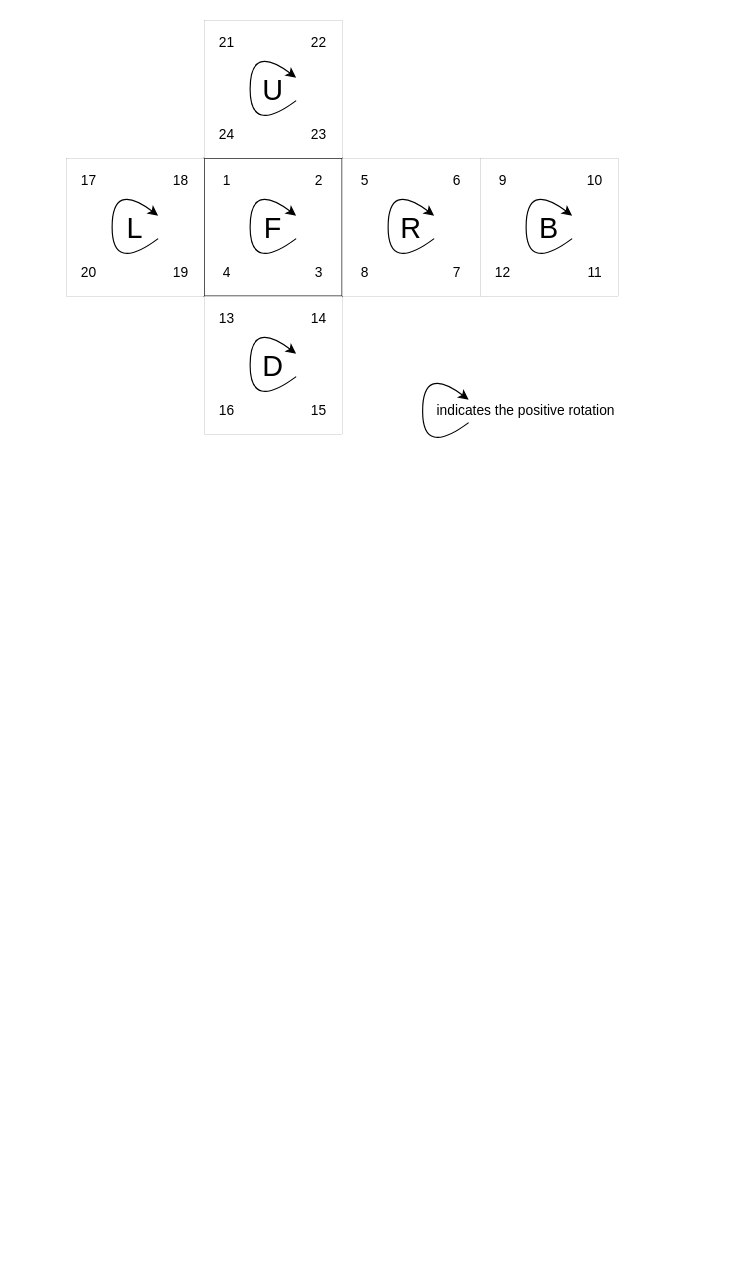
This is resources/numbering__2x2.drawio from evernost/rubiksCubeAnalysis, a draw.io file, before an edit. Source tidied: cells renumbered, new cells numbered last; positions are measured from the earlier drawing's top-left corner, leaving out a move shared by most shapes. Both pictures are drawn from the tidied source at 115%, with x=0, y=0 at pixel (66, 20).
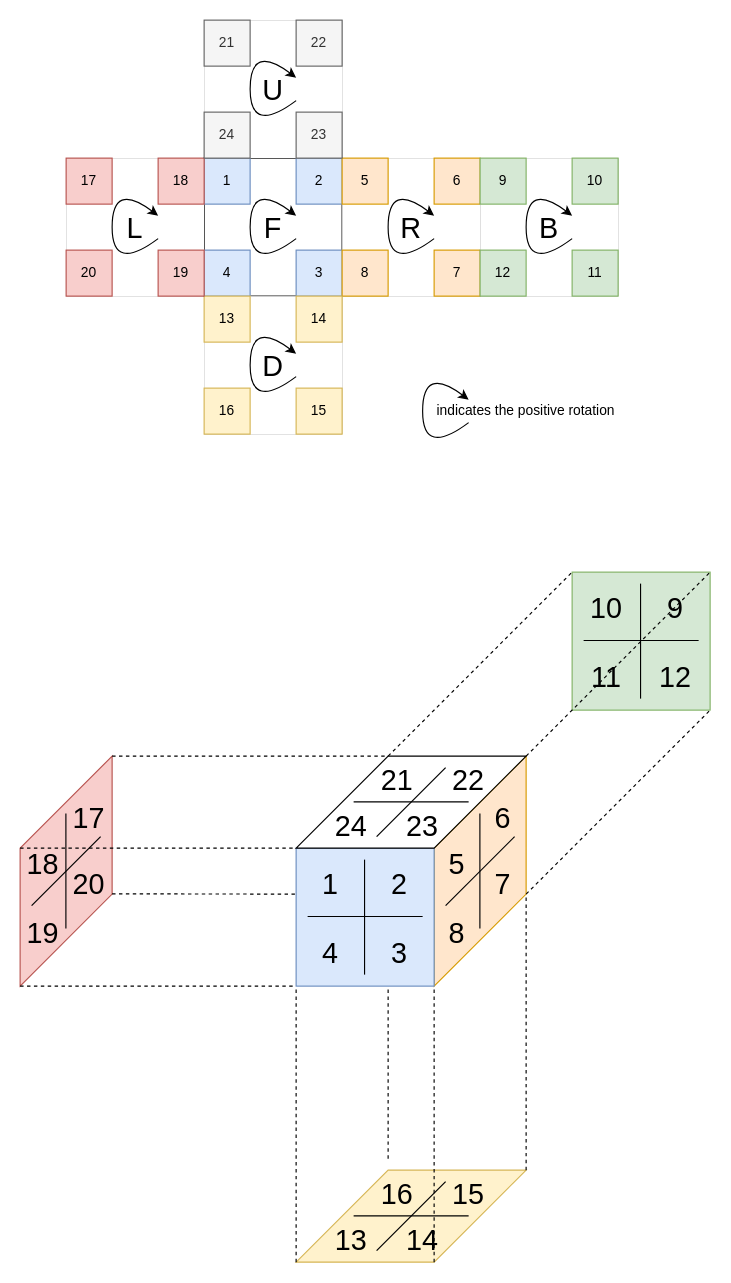
Above is the later version.

Commit message (it also covers changes not shown here):
added full move description for 2x2

The edit, as a diff of the source:
```diff
@@
+    <mxCell id="46" style="verticalLabelPosition=bottom;verticalAlign=top;html=1;shape=mxgraph.basic.polygon;polyCoords=[[0,0.4],[0.8,0],[0.8,0.6],[0,1]];polyline=0;fillColor=#ffe6cc;strokeColor=#d79b00;" parent="1" vertex="1">
+      <mxGeometry x="320" y="640" width="100" height="200" as="geometry" />
+    </mxCell>
@@
-    <mxCell id="4" value="1" style="text;html=1;align=center;verticalAlign=middle;whiteSpace=wrap;rounded=0;" parent="1" vertex="1">
+    <mxCell id="4" value="1" style="text;html=1;align=center;verticalAlign=middle;whiteSpace=wrap;rounded=0;fillColor=#dae8fc;strokeColor=#6c8ebf;" parent="1" vertex="1">
       <mxGeometry x="120" y="120" width="40" height="40" as="geometry" />
     </mxCell>
-    <mxCell id="5" value="2" style="text;html=1;align=center;verticalAlign=middle;whiteSpace=wrap;rounded=0;" parent="1" vertex="1">
+    <mxCell id="5" value="2" style="text;html=1;align=center;verticalAlign=middle;whiteSpace=wrap;rounded=0;fillColor=#dae8fc;strokeColor=#6c8ebf;" parent="1" vertex="1">
       <mxGeometry x="200" y="120" width="40" height="40" as="geometry" />
     </mxCell>
-    <mxCell id="6" value="3" style="text;html=1;align=center;verticalAlign=middle;whiteSpace=wrap;rounded=0;" parent="1" vertex="1">
+    <mxCell id="6" value="3" style="text;html=1;align=center;verticalAlign=middle;whiteSpace=wrap;rounded=0;fillColor=#dae8fc;strokeColor=#6c8ebf;" parent="1" vertex="1">
       <mxGeometry x="200" y="200" width="40" height="40" as="geometry" />
     </mxCell>
-    <mxCell id="7" value="4" style="text;html=1;align=center;verticalAlign=middle;whiteSpace=wrap;rounded=0;" parent="1" vertex="1">
+    <mxCell id="7" value="4" style="text;html=1;align=center;verticalAlign=middle;whiteSpace=wrap;rounded=0;fillColor=#dae8fc;strokeColor=#6c8ebf;" parent="1" vertex="1">
       <mxGeometry x="120" y="200" width="40" height="40" as="geometry" />
     </mxCell>
@@
-    <mxCell id="10" value="5" style="text;html=1;align=center;verticalAlign=middle;whiteSpace=wrap;rounded=0;" parent="1" vertex="1">
+    <mxCell id="10" value="5" style="text;html=1;align=center;verticalAlign=middle;whiteSpace=wrap;rounded=0;fillColor=#ffe6cc;strokeColor=#d79b00;" parent="1" vertex="1">
       <mxGeometry x="240" y="120" width="40" height="40" as="geometry" />
     </mxCell>
-    <mxCell id="11" value="6" style="text;html=1;align=center;verticalAlign=middle;whiteSpace=wrap;rounded=0;" parent="1" vertex="1">
+    <mxCell id="11" value="6" style="text;html=1;align=center;verticalAlign=middle;whiteSpace=wrap;rounded=0;fillColor=#ffe6cc;strokeColor=#d79b00;" parent="1" vertex="1">
       <mxGeometry x="320" y="120" width="40" height="40" as="geometry" />
     </mxCell>
-    <mxCell id="12" value="7" style="text;html=1;align=center;verticalAlign=middle;whiteSpace=wrap;rounded=0;" parent="1" vertex="1">
+    <mxCell id="12" value="7" style="text;html=1;align=center;verticalAlign=middle;whiteSpace=wrap;rounded=0;fillColor=#ffe6cc;strokeColor=#d79b00;" parent="1" vertex="1">
       <mxGeometry x="320" y="200" width="40" height="40" as="geometry" />
     </mxCell>
-    <mxCell id="13" value="8" style="text;html=1;align=center;verticalAlign=middle;whiteSpace=wrap;rounded=0;" parent="1" vertex="1">
+    <mxCell id="13" value="8" style="text;html=1;align=center;verticalAlign=middle;whiteSpace=wrap;rounded=0;fillColor=#ffe6cc;strokeColor=#d79b00;" parent="1" vertex="1">
       <mxGeometry x="240" y="200" width="40" height="40" as="geometry" />
     </mxCell>
@@
-    <mxCell id="16" value="9" style="text;html=1;align=center;verticalAlign=middle;whiteSpace=wrap;rounded=0;" parent="1" vertex="1">
+    <mxCell id="16" value="9" style="text;html=1;align=center;verticalAlign=middle;whiteSpace=wrap;rounded=0;fillColor=#d5e8d4;strokeColor=#82b366;" parent="1" vertex="1">
       <mxGeometry x="360" y="120" width="40" height="40" as="geometry" />
     </mxCell>
-    <mxCell id="17" value="10" style="text;html=1;align=center;verticalAlign=middle;whiteSpace=wrap;rounded=0;" parent="1" vertex="1">
+    <mxCell id="17" value="10" style="text;html=1;align=center;verticalAlign=middle;whiteSpace=wrap;rounded=0;fillColor=#d5e8d4;strokeColor=#82b366;" parent="1" vertex="1">
       <mxGeometry x="440" y="120" width="40" height="40" as="geometry" />
     </mxCell>
-    <mxCell id="18" value="11" style="text;html=1;align=center;verticalAlign=middle;whiteSpace=wrap;rounded=0;" parent="1" vertex="1">
+    <mxCell id="18" value="11" style="text;html=1;align=center;verticalAlign=middle;whiteSpace=wrap;rounded=0;fillColor=#d5e8d4;strokeColor=#82b366;" parent="1" vertex="1">
       <mxGeometry x="440" y="200" width="40" height="40" as="geometry" />
     </mxCell>
-    <mxCell id="19" value="12" style="text;html=1;align=center;verticalAlign=middle;whiteSpace=wrap;rounded=0;" parent="1" vertex="1">
+    <mxCell id="19" value="12" style="text;html=1;align=center;verticalAlign=middle;whiteSpace=wrap;rounded=0;fillColor=#d5e8d4;strokeColor=#82b366;" parent="1" vertex="1">
       <mxGeometry x="360" y="200" width="40" height="40" as="geometry" />
     </mxCell>
@@
-    <mxCell id="22" value="13" style="text;html=1;align=center;verticalAlign=middle;whiteSpace=wrap;rounded=0;" parent="1" vertex="1">
+    <mxCell id="22" value="13" style="text;html=1;align=center;verticalAlign=middle;whiteSpace=wrap;rounded=0;fillColor=#fff2cc;strokeColor=#d6b656;" parent="1" vertex="1">
       <mxGeometry x="120" y="240" width="40" height="40" as="geometry" />
     </mxCell>
-    <mxCell id="23" value="14" style="text;html=1;align=center;verticalAlign=middle;whiteSpace=wrap;rounded=0;" parent="1" vertex="1">
+    <mxCell id="23" value="14" style="text;html=1;align=center;verticalAlign=middle;whiteSpace=wrap;rounded=0;fillColor=#fff2cc;strokeColor=#d6b656;" parent="1" vertex="1">
       <mxGeometry x="200" y="240" width="40" height="40" as="geometry" />
     </mxCell>
-    <mxCell id="24" value="15" style="text;html=1;align=center;verticalAlign=middle;whiteSpace=wrap;rounded=0;" parent="1" vertex="1">
+    <mxCell id="24" value="15" style="text;html=1;align=center;verticalAlign=middle;whiteSpace=wrap;rounded=0;fillColor=#fff2cc;strokeColor=#d6b656;" parent="1" vertex="1">
       <mxGeometry x="200" y="320" width="40" height="40" as="geometry" />
     </mxCell>
-    <mxCell id="25" value="16" style="text;html=1;align=center;verticalAlign=middle;whiteSpace=wrap;rounded=0;" parent="1" vertex="1">
+    <mxCell id="25" value="16" style="text;html=1;align=center;verticalAlign=middle;whiteSpace=wrap;rounded=0;fillColor=#fff2cc;strokeColor=#d6b656;" parent="1" vertex="1">
       <mxGeometry x="120" y="320" width="40" height="40" as="geometry" />
     </mxCell>
@@
-    <mxCell id="28" value="17" style="text;html=1;align=center;verticalAlign=middle;whiteSpace=wrap;rounded=0;" parent="1" vertex="1">
+    <mxCell id="28" value="17" style="text;html=1;align=center;verticalAlign=middle;whiteSpace=wrap;rounded=0;fillColor=#f8cecc;strokeColor=#b85450;" parent="1" vertex="1">
       <mxGeometry y="120" width="40" height="40" as="geometry" />
     </mxCell>
-    <mxCell id="29" value="18" style="text;html=1;align=center;verticalAlign=middle;whiteSpace=wrap;rounded=0;" parent="1" vertex="1">
+    <mxCell id="29" value="18" style="text;html=1;align=center;verticalAlign=middle;whiteSpace=wrap;rounded=0;fillColor=#f8cecc;strokeColor=#b85450;" parent="1" vertex="1">
       <mxGeometry x="80" y="120" width="40" height="40" as="geometry" />
     </mxCell>
-    <mxCell id="30" value="19" style="text;html=1;align=center;verticalAlign=middle;whiteSpace=wrap;rounded=0;" parent="1" vertex="1">
+    <mxCell id="30" value="19" style="text;html=1;align=center;verticalAlign=middle;whiteSpace=wrap;rounded=0;fillColor=#f8cecc;strokeColor=#b85450;" parent="1" vertex="1">
       <mxGeometry x="80" y="200" width="40" height="40" as="geometry" />
     </mxCell>
-    <mxCell id="31" value="20" style="text;html=1;align=center;verticalAlign=middle;whiteSpace=wrap;rounded=0;" parent="1" vertex="1">
+    <mxCell id="31" value="20" style="text;html=1;align=center;verticalAlign=middle;whiteSpace=wrap;rounded=0;fillColor=#f8cecc;strokeColor=#b85450;" parent="1" vertex="1">
       <mxGeometry y="200" width="40" height="40" as="geometry" />
     </mxCell>
@@
-    <mxCell id="34" value="21" style="text;html=1;align=center;verticalAlign=middle;whiteSpace=wrap;rounded=0;" parent="1" vertex="1">
+    <mxCell id="34" value="21" style="text;html=1;align=center;verticalAlign=middle;whiteSpace=wrap;rounded=0;fillColor=#f5f5f5;fontColor=#333333;strokeColor=#666666;" parent="1" vertex="1">
       <mxGeometry x="120" width="40" height="40" as="geometry" />
     </mxCell>
-    <mxCell id="35" value="22" style="text;html=1;align=center;verticalAlign=middle;whiteSpace=wrap;rounded=0;" parent="1" vertex="1">
+    <mxCell id="35" value="22" style="text;html=1;align=center;verticalAlign=middle;whiteSpace=wrap;rounded=0;fillColor=#f5f5f5;fontColor=#333333;strokeColor=#666666;" parent="1" vertex="1">
       <mxGeometry x="200" width="40" height="40" as="geometry" />
     </mxCell>
-    <mxCell id="36" value="23" style="text;html=1;align=center;verticalAlign=middle;whiteSpace=wrap;rounded=0;" parent="1" vertex="1">
+    <mxCell id="36" value="23" style="text;html=1;align=center;verticalAlign=middle;whiteSpace=wrap;rounded=0;fillColor=#f5f5f5;fontColor=#333333;strokeColor=#666666;" parent="1" vertex="1">
       <mxGeometry x="200" y="80" width="40" height="40" as="geometry" />
     </mxCell>
-    <mxCell id="37" value="24" style="text;html=1;align=center;verticalAlign=middle;whiteSpace=wrap;rounded=0;" parent="1" vertex="1">
+    <mxCell id="37" value="24" style="text;html=1;align=center;verticalAlign=middle;whiteSpace=wrap;rounded=0;fillColor=#f5f5f5;fontColor=#333333;strokeColor=#666666;" parent="1" vertex="1">
       <mxGeometry x="120" y="80" width="40" height="40" as="geometry" />
     </mxCell>
@@
+    <mxCell id="47" style="whiteSpace=wrap;html=1;fillColor=#dae8fc;strokeColor=#6c8ebf;" parent="1" vertex="1">
+      <mxGeometry x="200" y="720" width="120" height="120" as="geometry" />
+    </mxCell>
+    <mxCell id="48" value="2" style="text;html=1;align=center;verticalAlign=middle;whiteSpace=wrap;rounded=0;fontSize=25;" parent="1" vertex="1">
+      <mxGeometry x="260" y="720" width="60" height="60" as="geometry" />
+    </mxCell>
+    <mxCell id="49" value="1" style="text;html=1;align=center;verticalAlign=middle;whiteSpace=wrap;rounded=0;fontSize=25;" parent="1" vertex="1">
+      <mxGeometry x="200" y="720" width="60" height="60" as="geometry" />
+    </mxCell>
+    <mxCell id="50" value="3" style="text;html=1;align=center;verticalAlign=middle;whiteSpace=wrap;rounded=0;fontSize=25;" parent="1" vertex="1">
+      <mxGeometry x="260" y="780" width="60" height="60" as="geometry" />
+    </mxCell>
+    <mxCell id="51" value="4" style="text;html=1;align=center;verticalAlign=middle;whiteSpace=wrap;rounded=0;fontSize=25;" parent="1" vertex="1">
+      <mxGeometry x="200" y="780" width="60" height="60" as="geometry" />
+    </mxCell>
+    <mxCell id="52" value="5" style="text;html=1;align=center;verticalAlign=middle;whiteSpace=wrap;rounded=0;fontSize=25;" parent="1" vertex="1">
+      <mxGeometry x="320" y="720" width="40" height="25" as="geometry" />
+    </mxCell>
+    <mxCell id="53" value="6" style="text;html=1;align=center;verticalAlign=middle;whiteSpace=wrap;rounded=0;fontSize=25;" parent="1" vertex="1">
+      <mxGeometry x="360" y="680" width="40" height="25" as="geometry" />
+    </mxCell>
+    <mxCell id="54" value="7" style="text;html=1;align=center;verticalAlign=middle;whiteSpace=wrap;rounded=0;fontSize=25;" parent="1" vertex="1">
+      <mxGeometry x="360" y="737.5" width="40" height="25" as="geometry" />
+    </mxCell>
+    <mxCell id="55" value="8" style="text;html=1;align=center;verticalAlign=middle;whiteSpace=wrap;rounded=0;fontSize=25;" parent="1" vertex="1">
+      <mxGeometry x="320" y="780" width="40" height="25" as="geometry" />
+    </mxCell>
+    <mxCell id="56" style="verticalLabelPosition=bottom;verticalAlign=top;html=1;shape=mxgraph.basic.polygon;polyCoords=[[0.4,0],[1,0],[0.6,1],[0,1]];polyline=0;" parent="1" vertex="1">
+      <mxGeometry x="200" y="640" width="200" height="80" as="geometry" />
+    </mxCell>
+    <mxCell id="57" style="endArrow=none;html=1;rounded=0;" parent="1" edge="1">
+      <mxGeometry relative="1" as="geometry">
+        <mxPoint x="259.5" y="830" as="sourcePoint" />
+        <mxPoint x="259.5" y="730" as="targetPoint" />
+      </mxGeometry>
+    </mxCell>
+    <mxCell id="58" style="endArrow=none;html=1;rounded=0;" parent="1" edge="1">
+      <mxGeometry relative="1" as="geometry">
+        <mxPoint x="210" y="779.5" as="sourcePoint" />
+        <mxPoint x="310" y="779.5" as="targetPoint" />
+      </mxGeometry>
+    </mxCell>
+    <mxCell id="59" style="endArrow=none;html=1;rounded=0;" parent="1" edge="1">
+      <mxGeometry relative="1" as="geometry">
+        <mxPoint x="330" y="770" as="sourcePoint" />
+        <mxPoint x="390" y="710" as="targetPoint" />
+      </mxGeometry>
+    </mxCell>
+    <mxCell id="60" style="endArrow=none;html=1;rounded=0;" parent="1" edge="1">
+      <mxGeometry relative="1" as="geometry">
+        <mxPoint x="359.8" y="790" as="sourcePoint" />
+        <mxPoint x="359.8" y="690" as="targetPoint" />
+      </mxGeometry>
+    </mxCell>
+    <mxCell id="61" style="endArrow=none;html=1;rounded=0;" parent="1" edge="1">
+      <mxGeometry relative="1" as="geometry">
+        <mxPoint x="250" y="679.8" as="sourcePoint" />
+        <mxPoint x="350" y="679.8" as="targetPoint" />
+      </mxGeometry>
+    </mxCell>
+    <mxCell id="62" style="endArrow=none;html=1;rounded=0;" parent="1" edge="1">
+      <mxGeometry relative="1" as="geometry">
+        <mxPoint x="270" y="710" as="sourcePoint" />
+        <mxPoint x="330" y="650" as="targetPoint" />
+      </mxGeometry>
+    </mxCell>
+    <mxCell id="63" value="21" style="text;html=1;align=center;verticalAlign=middle;whiteSpace=wrap;rounded=0;fontSize=25;" parent="1" vertex="1">
+      <mxGeometry x="268" y="647" width="40" height="25" as="geometry" />
+    </mxCell>
+    <mxCell id="64" value="22" style="text;html=1;align=center;verticalAlign=middle;whiteSpace=wrap;rounded=0;fontSize=25;" parent="1" vertex="1">
+      <mxGeometry x="330" y="647" width="40" height="25" as="geometry" />
+    </mxCell>
+    <mxCell id="65" value="23" style="text;html=1;align=center;verticalAlign=middle;whiteSpace=wrap;rounded=0;fontSize=25;" parent="1" vertex="1">
+      <mxGeometry x="290" y="687" width="40" height="25" as="geometry" />
+    </mxCell>
+    <mxCell id="66" value="24" style="text;html=1;align=center;verticalAlign=middle;whiteSpace=wrap;rounded=0;fontSize=25;" parent="1" vertex="1">
+      <mxGeometry x="228" y="687" width="40" height="25" as="geometry" />
+    </mxCell>
+    <mxCell id="67" style="whiteSpace=wrap;html=1;fillColor=#d5e8d4;strokeColor=#82b366;" parent="1" vertex="1">
+      <mxGeometry x="440" y="480" width="120" height="120" as="geometry" />
+    </mxCell>
+    <mxCell id="68" value="9" style="text;html=1;align=center;verticalAlign=middle;whiteSpace=wrap;rounded=0;fontSize=25;" parent="1" vertex="1">
+      <mxGeometry x="500" y="480" width="60" height="60" as="geometry" />
+    </mxCell>
+    <mxCell id="69" value="10" style="text;html=1;align=center;verticalAlign=middle;whiteSpace=wrap;rounded=0;fontSize=25;" parent="1" vertex="1">
+      <mxGeometry x="440" y="480" width="60" height="60" as="geometry" />
+    </mxCell>
+    <mxCell id="70" value="12" style="text;html=1;align=center;verticalAlign=middle;whiteSpace=wrap;rounded=0;fontSize=25;" parent="1" vertex="1">
+      <mxGeometry x="500" y="540" width="60" height="60" as="geometry" />
+    </mxCell>
+    <mxCell id="71" value="11" style="text;html=1;align=center;verticalAlign=middle;whiteSpace=wrap;rounded=0;fontSize=25;" parent="1" vertex="1">
+      <mxGeometry x="440" y="540" width="60" height="60" as="geometry" />
+    </mxCell>
+    <mxCell id="72" style="endArrow=none;html=1;rounded=0;" parent="1" edge="1">
+      <mxGeometry relative="1" as="geometry">
+        <mxPoint x="499.5" y="590" as="sourcePoint" />
+        <mxPoint x="499.5" y="490" as="targetPoint" />
+      </mxGeometry>
+    </mxCell>
+    <mxCell id="73" style="endArrow=none;html=1;rounded=0;" parent="1" edge="1">
+      <mxGeometry relative="1" as="geometry">
+        <mxPoint x="450" y="539.5" as="sourcePoint" />
+        <mxPoint x="550" y="539.5" as="targetPoint" />
+      </mxGeometry>
+    </mxCell>
+    <mxCell id="74" style="endArrow=none;dashed=1;html=1;rounded=0;entryX=0;entryY=0;entryDx=0;entryDy=0;" parent="1" edge="1" target="69">
+      <mxGeometry relative="1" as="geometry">
+        <mxPoint x="280" y="640" as="sourcePoint" />
+      </mxGeometry>
+    </mxCell>
+    <mxCell id="75" style="endArrow=none;dashed=1;html=1;rounded=0;entryX=1;entryY=0;entryDx=0;entryDy=0;" parent="1" edge="1" target="68">
+      <mxGeometry relative="1" as="geometry">
+        <mxPoint x="400" y="640" as="sourcePoint" />
+      </mxGeometry>
+    </mxCell>
+    <mxCell id="76" style="endArrow=none;dashed=1;html=1;rounded=0;entryX=0;entryY=0;entryDx=0;entryDy=0;" parent="1" edge="1">
+      <mxGeometry relative="1" as="geometry">
+        <mxPoint x="400" y="760" as="sourcePoint" />
+        <mxPoint x="560" y="600" as="targetPoint" />
+      </mxGeometry>
+    </mxCell>
+    <mxCell id="77" style="verticalLabelPosition=bottom;verticalAlign=top;html=1;shape=mxgraph.basic.polygon;polyCoords=[[0,0.4],[0.8,0],[0.8,0.6],[0,1]];polyline=0;fillColor=#f8cecc;strokeColor=#b85450;" parent="1" vertex="1">
+      <mxGeometry x="-40" y="640" width="100" height="200" as="geometry" />
+    </mxCell>
+    <mxCell id="78" style="endArrow=none;dashed=1;html=1;rounded=0;entryX=0;entryY=0;entryDx=0;entryDy=0;" parent="1" edge="1" target="49">
+      <mxGeometry relative="1" as="geometry">
+        <mxPoint x="-40" y="720" as="sourcePoint" />
+      </mxGeometry>
+    </mxCell>
+    <mxCell id="79" style="endArrow=none;html=1;rounded=0;" parent="1" edge="1">
+      <mxGeometry relative="1" as="geometry">
+        <mxPoint x="-30" y="770" as="sourcePoint" />
+        <mxPoint x="30" y="710" as="targetPoint" />
+      </mxGeometry>
+    </mxCell>
+    <mxCell id="80" style="endArrow=none;html=1;rounded=0;" parent="1" edge="1">
+      <mxGeometry relative="1" as="geometry">
+        <mxPoint x="-0.2" y="790" as="sourcePoint" />
+        <mxPoint x="-0.2" y="690" as="targetPoint" />
+      </mxGeometry>
+    </mxCell>
+    <mxCell id="81" style="endArrow=none;dashed=1;html=1;rounded=0;entryX=0;entryY=0;entryDx=0;entryDy=0;" parent="1" edge="1">
+      <mxGeometry relative="1" as="geometry">
+        <mxPoint x="40" y="640" as="sourcePoint" />
+        <mxPoint x="280" y="640" as="targetPoint" />
+      </mxGeometry>
+    </mxCell>
+    <mxCell id="82" style="endArrow=none;dashed=1;html=1;rounded=0;entryX=0;entryY=0;entryDx=0;entryDy=0;" parent="1" edge="1">
+      <mxGeometry relative="1" as="geometry">
+        <mxPoint x="-40" y="840" as="sourcePoint" />
+        <mxPoint x="200" y="840" as="targetPoint" />
+      </mxGeometry>
+    </mxCell>
+    <mxCell id="83" value="18" style="text;html=1;align=center;verticalAlign=middle;whiteSpace=wrap;rounded=0;fontSize=25;" parent="1" vertex="1">
+      <mxGeometry x="-40" y="720" width="40" height="25" as="geometry" />
+    </mxCell>
+    <mxCell id="84" value="17" style="text;html=1;align=center;verticalAlign=middle;whiteSpace=wrap;rounded=0;fontSize=25;" parent="1" vertex="1">
+      <mxGeometry y="680" width="40" height="25" as="geometry" />
+    </mxCell>
+    <mxCell id="85" value="20" style="text;html=1;align=center;verticalAlign=middle;whiteSpace=wrap;rounded=0;fontSize=25;" parent="1" vertex="1">
+      <mxGeometry y="737.5" width="40" height="25" as="geometry" />
+    </mxCell>
+    <mxCell id="86" value="19" style="text;html=1;align=center;verticalAlign=middle;whiteSpace=wrap;rounded=0;fontSize=25;" parent="1" vertex="1">
+      <mxGeometry x="-40" y="780" width="40" height="25" as="geometry" />
+    </mxCell>
+    <mxCell id="87" style="verticalLabelPosition=bottom;verticalAlign=top;html=1;shape=mxgraph.basic.polygon;polyCoords=[[0.4,0],[1,0],[0.6,1],[0,1]];polyline=0;fillColor=#fff2cc;strokeColor=#d6b656;" parent="1" vertex="1">
+      <mxGeometry x="200" y="1000" width="200" height="80" as="geometry" />
+    </mxCell>
+    <mxCell id="88" style="endArrow=none;html=1;rounded=0;" parent="1" edge="1">
+      <mxGeometry relative="1" as="geometry">
+        <mxPoint x="250" y="1039.8" as="sourcePoint" />
+        <mxPoint x="350" y="1039.8" as="targetPoint" />
+      </mxGeometry>
+    </mxCell>
+    <mxCell id="89" style="endArrow=none;html=1;rounded=0;" parent="1" edge="1">
+      <mxGeometry relative="1" as="geometry">
+        <mxPoint x="270" y="1070" as="sourcePoint" />
+        <mxPoint x="330" y="1010" as="targetPoint" />
+      </mxGeometry>
+    </mxCell>
+    <mxCell id="90" value="16" style="text;html=1;align=center;verticalAlign=middle;whiteSpace=wrap;rounded=0;fontSize=25;" parent="1" vertex="1">
+      <mxGeometry x="268" y="1007" width="40" height="25" as="geometry" />
+    </mxCell>
+    <mxCell id="91" value="15" style="text;html=1;align=center;verticalAlign=middle;whiteSpace=wrap;rounded=0;fontSize=25;" parent="1" vertex="1">
+      <mxGeometry x="330" y="1007" width="40" height="25" as="geometry" />
+    </mxCell>
+    <mxCell id="92" value="14" style="text;html=1;align=center;verticalAlign=middle;whiteSpace=wrap;rounded=0;fontSize=25;" parent="1" vertex="1">
+      <mxGeometry x="290" y="1047" width="40" height="25" as="geometry" />
+    </mxCell>
+    <mxCell id="93" value="13" style="text;html=1;align=center;verticalAlign=middle;whiteSpace=wrap;rounded=0;fontSize=25;" parent="1" vertex="1">
+      <mxGeometry x="228" y="1047" width="40" height="25" as="geometry" />
+    </mxCell>
+    <mxCell id="94" style="endArrow=none;dashed=1;html=1;rounded=0;entryX=0;entryY=1;entryDx=0;entryDy=0;" parent="1" edge="1" target="51">
+      <mxGeometry relative="1" as="geometry">
+        <mxPoint x="200" y="1080" as="sourcePoint" />
+      </mxGeometry>
+    </mxCell>
+    <mxCell id="95" style="endArrow=none;dashed=1;html=1;rounded=0;entryX=0;entryY=1;entryDx=0;entryDy=0;" parent="1" edge="1">
+      <mxGeometry relative="1" as="geometry">
+        <mxPoint x="320" y="1080" as="sourcePoint" />
+        <mxPoint x="320" y="840" as="targetPoint" />
+      </mxGeometry>
+    </mxCell>
+    <mxCell id="96" style="endArrow=none;dashed=1;html=1;rounded=0;entryX=0;entryY=1;entryDx=0;entryDy=0;" parent="1" edge="1">
+      <mxGeometry relative="1" as="geometry">
+        <mxPoint x="400" y="1000" as="sourcePoint" />
+        <mxPoint x="400" y="760" as="targetPoint" />
+      </mxGeometry>
+    </mxCell>
+    <mxCell id="97" style="endArrow=none;dashed=1;html=1;rounded=0;entryX=0;entryY=1;entryDx=0;entryDy=0;" parent="1" edge="1">
+      <mxGeometry relative="1" as="geometry">
+        <mxPoint x="280" y="990" as="sourcePoint" />
+        <mxPoint x="280" y="840" as="targetPoint" />
+      </mxGeometry>
+    </mxCell>
+    <mxCell id="98" style="endArrow=none;dashed=1;html=1;rounded=0;exitX=0.999;exitY=0.89;exitDx=0;exitDy=0;exitPerimeter=0;" parent="1" edge="1" source="85">
+      <mxGeometry relative="1" as="geometry">
+        <mxPoint x="200" y="760" as="targetPoint" />
+      </mxGeometry>
+    </mxCell>
```
